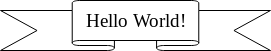
Above: Untitled Diagram.png in LauriKajakko/LauriKajakko (draw.io), before the change. Source tidied: cells renumbered, new cells last; positions are measured from the earlier drawing's top-left corner, leaving out a move shared by most shapes.
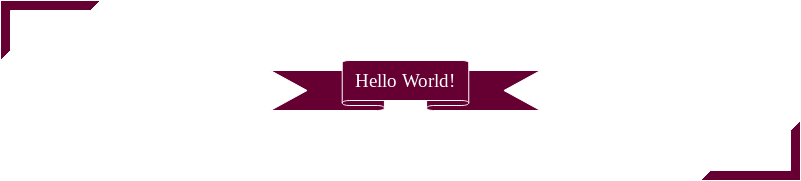
The same file after the commit.

What changed in the source:
```diff
@@ -2,11 +2,17 @@
   <root>
     <mxCell id="0" />
     <mxCell id="1" parent="0" />
-    <mxCell id="2" style="verticalLabelPosition=bottom;verticalAlign=top;html=1;shape=mxgraph.basic.banner;" parent="1" vertex="1">
-      <mxGeometry width="270" height="50" as="geometry" />
+    <mxCell id="2" style="verticalLabelPosition=bottom;verticalAlign=top;html=1;shape=mxgraph.basic.banner;strokeColor=#FFFFFF;noLabel=1;fontColor=none;fillColor=#660033;" parent="1" vertex="1">
+      <mxGeometry x="1" y="10" width="270" height="50" as="geometry" />
     </mxCell>
-    <mxCell id="3" value="Hello World!" style="text;html=1;strokeColor=none;fillColor=none;align=center;verticalAlign=middle;whiteSpace=wrap;rounded=0;fontSize=19;fontFamily=Lucida Console;" parent="1" vertex="1">
-      <mxGeometry x="81" y="10" width="110" height="20" as="geometry" />
+    <mxCell id="3" value="Hello World!" style="text;html=1;align=center;verticalAlign=middle;whiteSpace=wrap;rounded=0;fontSize=19;fontFamily=Lucida Console;fontColor=#FFFFFF;" parent="1" vertex="1">
+      <mxGeometry x="81" y="20" width="110" height="20" as="geometry" />
     </mxCell>
+    <mxCell id="4" style="verticalLabelPosition=bottom;verticalAlign=top;html=1;shape=mxgraph.basic.frame_corner;dx=10;strokeColor=#FFFFFF;fillColor=#660033;fontColor=none;" parent="1" vertex="1">
+      <mxGeometry x="-269" y="-50" width="100" height="60" as="geometry" />
+    </mxCell>
+    <mxCell id="5" style="verticalLabelPosition=bottom;verticalAlign=top;html=1;shape=mxgraph.basic.frame_corner;dx=10;strokeColor=#FFFFFF;fillColor=#660033;fontColor=none;rotation=-180;" parent="1" vertex="1">
+      <mxGeometry x="431" y="70" width="100" height="60" as="geometry" />
+    </mxCell>
   </root>
 </mxGraphModel>
```
